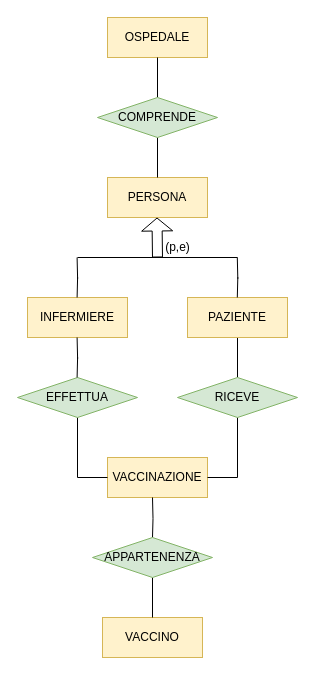
Above: report/Diagrammi E-R/2.drawio in luigi-borriello00/Vaccinations-Tracker (draw.io), before the change. Source tidied: cells renumbered, new cells numbered last; positions are measured from the earlier drawing's top-left corner, leaving out a move shared by most shapes. Both pictures are drawn from the tidied source at 100%, with x=0, y=0 at pixel (17, 17).
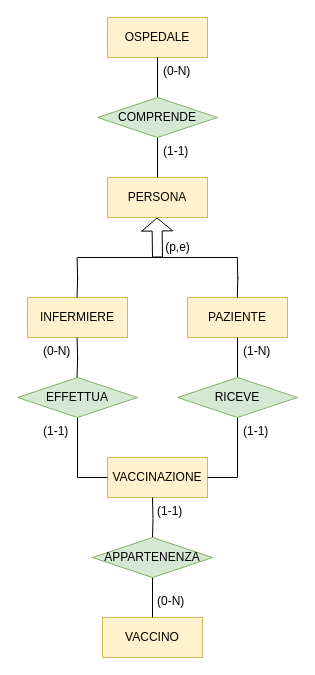
The same page after the edit.

What changed in the source:
```diff
@@
+    <mxCell id="25" value="(0-N)" style="text;strokeColor=none;fillColor=none;spacingLeft=4;spacingRight=4;overflow=hidden;fontSize=12;" parent="1" vertex="1">
+      <mxGeometry x="140" y="40" width="40" height="30" as="geometry" />
+    </mxCell>
+    <mxCell id="26" value="(1-1)" style="text;strokeColor=none;fillColor=none;spacingLeft=4;spacingRight=4;overflow=hidden;fontSize=12;" parent="1" vertex="1">
+      <mxGeometry x="140" y="120" width="40" height="30" as="geometry" />
+    </mxCell>
+    <mxCell id="27" value="(1-1)" style="text;strokeColor=none;fillColor=none;spacingLeft=4;spacingRight=4;overflow=hidden;fontSize=12;" parent="1" vertex="1">
+      <mxGeometry x="20" y="400" width="40" height="30" as="geometry" />
+    </mxCell>
+    <mxCell id="28" value="(1-1)" style="text;strokeColor=none;fillColor=none;spacingLeft=4;spacingRight=4;overflow=hidden;fontSize=12;" parent="1" vertex="1">
+      <mxGeometry x="220" y="400" width="40" height="30" as="geometry" />
+    </mxCell>
+    <mxCell id="29" value="(0-N)" style="text;strokeColor=none;fillColor=none;spacingLeft=4;spacingRight=4;overflow=hidden;fontSize=12;" parent="1" vertex="1">
+      <mxGeometry x="20" y="320" width="40" height="30" as="geometry" />
+    </mxCell>
+    <mxCell id="30" value="(1-N)" style="text;strokeColor=none;fillColor=none;spacingLeft=4;spacingRight=4;overflow=hidden;fontSize=12;" parent="1" vertex="1">
+      <mxGeometry x="220" y="320" width="40" height="30" as="geometry" />
+    </mxCell>
+    <mxCell id="31" value="(1-1)" style="text;strokeColor=none;fillColor=none;spacingLeft=4;spacingRight=4;overflow=hidden;fontSize=12;" parent="1" vertex="1">
+      <mxGeometry x="134" y="480" width="40" height="30" as="geometry" />
+    </mxCell>
+    <mxCell id="32" value="(0-N)" style="text;strokeColor=none;fillColor=none;spacingLeft=4;spacingRight=4;overflow=hidden;fontSize=12;" parent="1" vertex="1">
+      <mxGeometry x="134" y="570" width="40" height="30" as="geometry" />
+    </mxCell>
```
